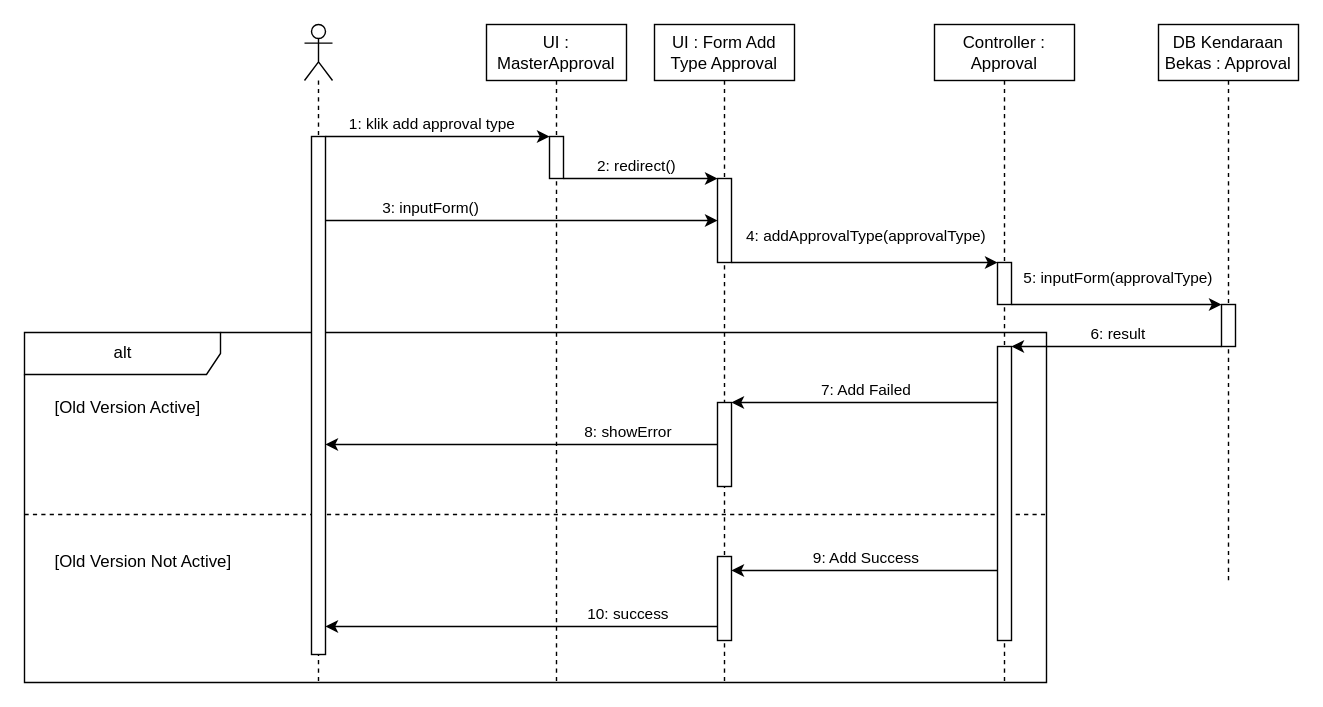
The draw.io diagram page "add Approval Type Version" (17 of 25) of UML/Sequence Web.drawio in DevinWilliady/KendaraanBekasUML, before the edit. Source tidied: cells renumbered, new cells numbered last; positions are measured from the earlier drawing's top-left corner, leaving out a move shared by most shapes. Both pictures are drawn from the tidied source at 140%, with x=0, y=0 at pixel (24, 24).
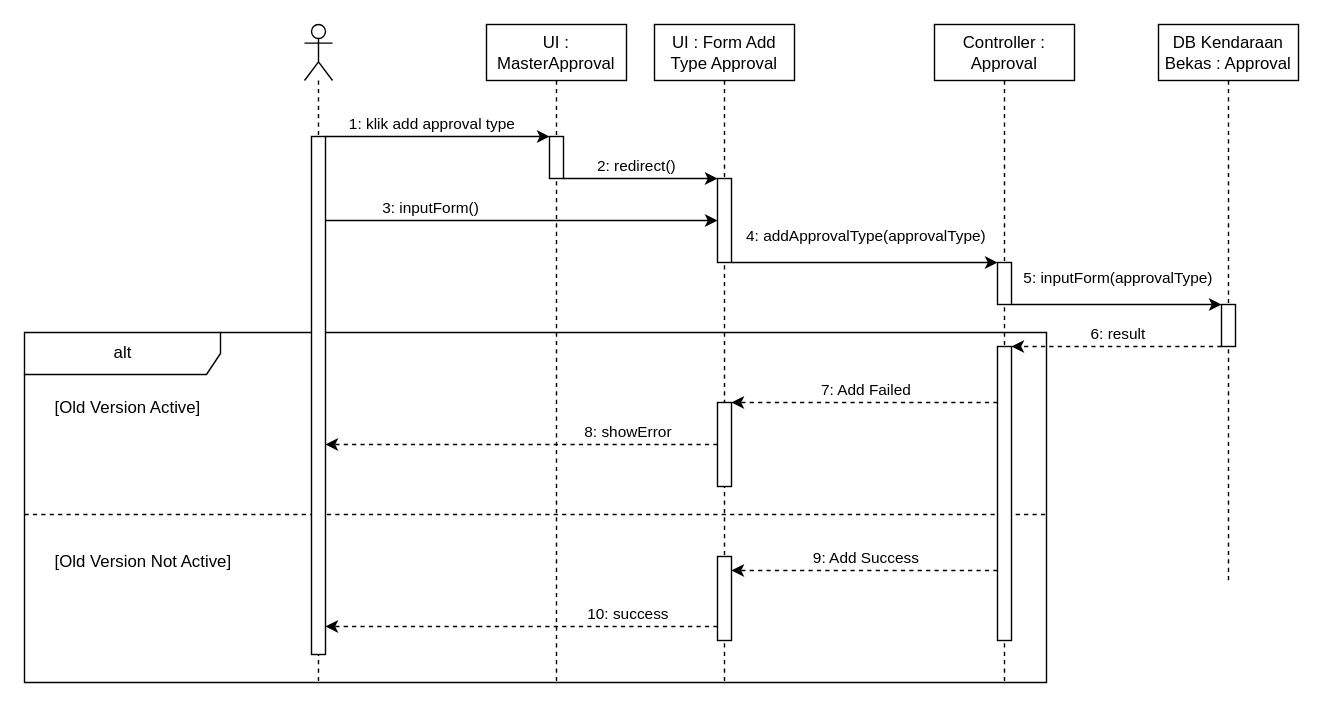
Above is the later version.

Unchanged cells that the change refers to:
```xml
<mxCell id="6" style="html=1;points=[];perimeter=orthogonalPerimeter;" parent="5" vertex="1">
  <mxGeometry x="5" y="80" width="10" height="370" as="geometry" />
</mxCell>
<mxCell id="11" style="html=1;points=[];perimeter=orthogonalPerimeter;" parent="9" vertex="1">
  <mxGeometry x="45" y="230" width="10" height="210" as="geometry" />
</mxCell>
<mxCell id="13" style="html=1;points=[];perimeter=orthogonalPerimeter;" parent="12" vertex="1">
  <mxGeometry x="45" y="200" width="10" height="30" as="geometry" />
</mxCell>
<mxCell id="18" style="html=1;points=[];perimeter=orthogonalPerimeter;" parent="16" vertex="1">
  <mxGeometry x="45" y="270" width="10" height="60" as="geometry" />
</mxCell>
<mxCell id="19" style="html=1;points=[];perimeter=orthogonalPerimeter;" parent="16" vertex="1">
  <mxGeometry x="45" y="380" width="10" height="60" as="geometry" />
</mxCell>
```

What changed in the source:
```diff
@@
-    <mxCell id="28" style="edgeStyle=orthogonalEdgeStyle;rounded=0;jettySize=auto;html=1;" parent="1" edge="1" source="13" target="11">
+    <mxCell id="28" style="edgeStyle=orthogonalEdgeStyle;rounded=0;jettySize=auto;html=1;dashed=1;" parent="1" edge="1" source="13" target="11">
       <mxGeometry relative="1" as="geometry">
         <Array as="points">
           <mxPoint x="820" y="230" />
           <mxPoint x="820" y="230" />
         </Array>
       </mxGeometry>
     </mxCell>
@@
-    <mxCell id="30" style="edgeStyle=orthogonalEdgeStyle;rounded=0;jettySize=auto;html=1;" parent="1" edge="1" source="11" target="18">
+    <mxCell id="30" style="edgeStyle=orthogonalEdgeStyle;rounded=0;jettySize=auto;html=1;dashed=1;" parent="1" edge="1" source="11" target="18">
       <mxGeometry relative="1" as="geometry">
         <Array as="points">
           <mxPoint x="650" y="270" />
           <mxPoint x="650" y="270" />
         </Array>
       </mxGeometry>
     </mxCell>
@@
-    <mxCell id="32" style="edgeStyle=orthogonalEdgeStyle;rounded=0;jettySize=auto;html=1;" parent="1" edge="1" source="18" target="6">
+    <mxCell id="32" style="edgeStyle=orthogonalEdgeStyle;rounded=0;jettySize=auto;html=1;dashed=1;" parent="1" edge="1" source="18" target="6">
       <mxGeometry relative="1" as="geometry">
         <Array as="points">
           <mxPoint x="280" y="300" />
           <mxPoint x="280" y="300" />
         </Array>
       </mxGeometry>
     </mxCell>
@@
-    <mxCell id="34" style="edgeStyle=orthogonalEdgeStyle;rounded=0;jettySize=auto;html=1;" parent="1" edge="1" source="11" target="19">
+    <mxCell id="34" style="edgeStyle=orthogonalEdgeStyle;rounded=0;jettySize=auto;html=1;dashed=1;" parent="1" edge="1" source="11" target="19">
       <mxGeometry relative="1" as="geometry">
         <Array as="points">
           <mxPoint x="610" y="390" />
           <mxPoint x="610" y="390" />
         </Array>
       </mxGeometry>
     </mxCell>
@@
-    <mxCell id="36" style="edgeStyle=orthogonalEdgeStyle;rounded=0;jettySize=auto;html=1;" parent="1" edge="1" source="19" target="6">
+    <mxCell id="36" style="edgeStyle=orthogonalEdgeStyle;rounded=0;jettySize=auto;html=1;dashed=1;" parent="1" edge="1" source="19" target="6">
       <mxGeometry relative="1" as="geometry">
         <Array as="points">
           <mxPoint x="360" y="430" />
           <mxPoint x="360" y="430" />
         </Array>
       </mxGeometry>
     </mxCell>
```
